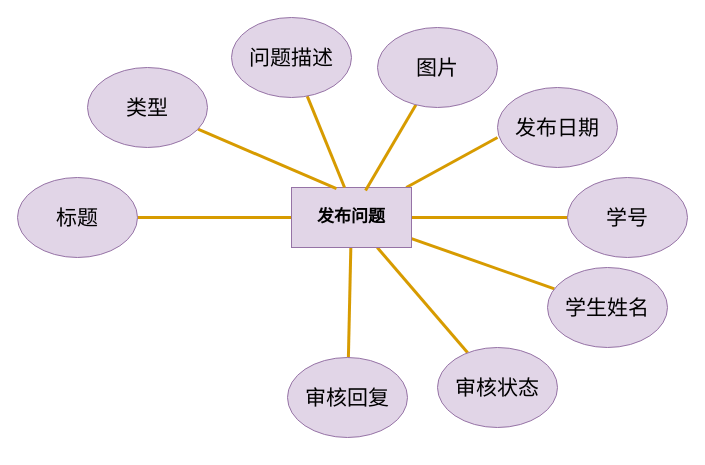
This is 发布问题实体属性.drawio from ov0-0vo/1, a draw.io file, before an edit. Source tidied: cells renumbered, new cells numbered last; positions are measured from the earlier drawing's top-left corner, leaving out a move shared by most shapes. Both pictures are drawn from the tidied source at 100%, with x=0, y=0 at pixel (17, 17).
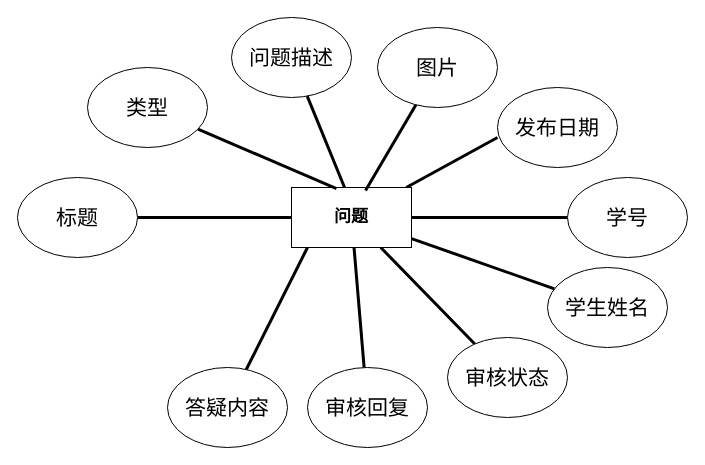
The same diagram, later.

Commit message:
更新发布问题实体属性.drawio

Change to the diagram source:
```diff
@@
-    <mxCell id="2" style="rounded=0;jettySize=auto;html=1;endArrow=none;endFill=0;fillColor=#ffe6cc;strokeColor=#d79b00;strokeWidth=3;" parent="1" edge="1" source="8" target="9">
+    <mxCell id="2" style="rounded=0;jettySize=auto;html=1;endArrow=none;endFill=0;strokeWidth=3;" parent="1" edge="1" source="8" target="9">
       <mxGeometry relative="1" as="geometry" />
     </mxCell>
-    <mxCell id="3" style="edgeStyle=none;shape=connector;rounded=0;jettySize=auto;html=1;entryX=0;entryY=0.625;entryDx=0;entryDy=0;entryPerimeter=0;labelBackgroundColor=default;strokeColor=#d79b00;strokeWidth=3;fontFamily=Helvetica;fontSize=11;fontColor=default;endArrow=none;endFill=0;fillColor=#ffe6cc;" parent="1" edge="1" source="8" target="17">
+    <mxCell id="3" style="edgeStyle=none;shape=connector;rounded=0;jettySize=auto;html=1;entryX=0;entryY=0.625;entryDx=0;entryDy=0;entryPerimeter=0;labelBackgroundColor=default;strokeWidth=3;fontFamily=Helvetica;fontSize=11;fontColor=default;endArrow=none;endFill=0;" parent="1" edge="1" source="8" target="17">
       <mxGeometry relative="1" as="geometry" />
     </mxCell>
-    <mxCell id="4" style="edgeStyle=none;shape=connector;rounded=0;jettySize=auto;html=1;labelBackgroundColor=default;strokeColor=#d79b00;strokeWidth=3;fontFamily=Helvetica;fontSize=11;fontColor=default;endArrow=none;endFill=0;fillColor=#ffe6cc;" parent="1" edge="1" source="8" target="16">
+    <mxCell id="4" style="edgeStyle=none;shape=connector;rounded=0;jettySize=auto;html=1;labelBackgroundColor=default;strokeWidth=3;fontFamily=Helvetica;fontSize=11;fontColor=default;endArrow=none;endFill=0;" parent="1" edge="1" source="8" target="16">
       <mxGeometry relative="1" as="geometry" />
     </mxCell>
-    <mxCell id="5" style="edgeStyle=none;shape=connector;rounded=0;jettySize=auto;html=1;labelBackgroundColor=default;strokeColor=#d79b00;strokeWidth=3;fontFamily=Helvetica;fontSize=11;fontColor=default;endArrow=none;endFill=0;fillColor=#ffe6cc;" parent="1" edge="1" source="8" target="18">
+    <mxCell id="5" style="edgeStyle=none;shape=connector;rounded=0;jettySize=auto;html=1;labelBackgroundColor=default;strokeWidth=3;fontFamily=Helvetica;fontSize=11;fontColor=default;endArrow=none;endFill=0;" parent="1" edge="1" source="8" target="18">
       <mxGeometry relative="1" as="geometry" />
     </mxCell>
-    <mxCell id="6" style="edgeStyle=none;shape=connector;rounded=0;jettySize=auto;html=1;labelBackgroundColor=default;strokeColor=#d79b00;strokeWidth=3;fontFamily=Helvetica;fontSize=11;fontColor=default;endArrow=none;endFill=0;fillColor=#ffe6cc;" parent="1" edge="1" source="8" target="19">
+    <mxCell id="6" style="edgeStyle=none;shape=connector;rounded=0;jettySize=auto;html=1;labelBackgroundColor=default;strokeWidth=3;fontFamily=Helvetica;fontSize=11;fontColor=default;endArrow=none;endFill=0;" parent="1" edge="1" source="8" target="19">
       <mxGeometry relative="1" as="geometry" />
     </mxCell>
-    <mxCell id="7" style="edgeStyle=none;shape=connector;rounded=0;jettySize=auto;html=1;labelBackgroundColor=default;strokeColor=#d79b00;strokeWidth=3;fontFamily=Helvetica;fontSize=11;fontColor=default;endArrow=none;endFill=0;fillColor=#ffe6cc;" parent="1" edge="1" source="8" target="20">
+    <mxCell id="7" style="edgeStyle=none;shape=connector;rounded=0;jettySize=auto;html=1;labelBackgroundColor=default;strokeWidth=3;fontFamily=Helvetica;fontSize=11;fontColor=default;endArrow=none;endFill=0;" parent="1" edge="1" source="8" target="20">
       <mxGeometry relative="1" as="geometry" />
     </mxCell>
+    <mxCell id="21" style="edgeStyle=none;shape=connector;rounded=0;jettySize=auto;html=1;exitX=0.133;exitY=1;exitDx=0;exitDy=0;labelBackgroundColor=default;strokeColor=default;strokeWidth=3;fontFamily=Helvetica;fontSize=11;fontColor=default;endArrow=none;endFill=0;exitPerimeter=0;" parent="1" edge="1" source="8" target="22">
+      <mxGeometry relative="1" as="geometry" />
+    </mxCell>
-    <mxCell id="8" value="发布问题" style="rounded=0;whiteSpace=wrap;html=1;fillColor=#e1d5e7;strokeColor=#9673a6;fontFamily=Times New Roman;fontStyle=1;fontSize=17;" parent="1" vertex="1">
+    <mxCell id="8" value="问题" style="rounded=0;whiteSpace=wrap;html=1;fontFamily=Times New Roman;fontStyle=1;fontSize=17;" parent="1" vertex="1">
       <mxGeometry x="274" y="170" width="120" height="60" as="geometry" />
     </mxCell>
-    <mxCell id="9" value="标题" style="ellipse;whiteSpace=wrap;html=1;fillColor=#e1d5e7;strokeColor=#9673a6;fontSize=21;" parent="1" vertex="1">
+    <mxCell id="9" value="标题" style="ellipse;whiteSpace=wrap;html=1;fontSize=21;" parent="1" vertex="1">
       <mxGeometry y="160" width="120" height="80" as="geometry" />
     </mxCell>
-    <mxCell id="10" style="rounded=0;jettySize=auto;html=1;endArrow=none;endFill=0;fillColor=#ffe6cc;strokeColor=#d79b00;strokeWidth=3;exitX=0.375;exitY=0.017;exitDx=0;exitDy=0;exitPerimeter=0;" parent="1" edge="1" source="8" target="11">
+    <mxCell id="10" style="rounded=0;jettySize=auto;html=1;endArrow=none;endFill=0;strokeWidth=3;exitX=0.375;exitY=0.017;exitDx=0;exitDy=0;exitPerimeter=0;" parent="1" edge="1" source="8" target="11">
       <mxGeometry relative="1" as="geometry" />
     </mxCell>
-    <mxCell id="11" value="类型" style="ellipse;whiteSpace=wrap;html=1;fillColor=#e1d5e7;strokeColor=#9673a6;fontSize=21;" parent="1" vertex="1">
+    <mxCell id="11" value="类型" style="ellipse;whiteSpace=wrap;html=1;fontSize=21;" parent="1" vertex="1">
       <mxGeometry x="70" y="50" width="120" height="80" as="geometry" />
     </mxCell>
-    <mxCell id="12" style="rounded=0;jettySize=auto;html=1;endArrow=none;endFill=0;fillColor=#ffe6cc;strokeColor=#d79b00;strokeWidth=3;exitX=0.617;exitY=0.05;exitDx=0;exitDy=0;exitPerimeter=0;" parent="1" edge="1" source="8" target="13">
+    <mxCell id="12" style="rounded=0;jettySize=auto;html=1;endArrow=none;endFill=0;strokeWidth=3;exitX=0.617;exitY=0.05;exitDx=0;exitDy=0;exitPerimeter=0;" parent="1" edge="1" source="8" target="13">
       <mxGeometry relative="1" as="geometry" />
     </mxCell>
-    <mxCell id="13" value="图片" style="ellipse;whiteSpace=wrap;html=1;fillColor=#e1d5e7;strokeColor=#9673a6;fontSize=21;" parent="1" vertex="1">
+    <mxCell id="13" value="图片" style="ellipse;whiteSpace=wrap;html=1;fontSize=21;" parent="1" vertex="1">
       <mxGeometry x="360" y="10" width="120" height="80" as="geometry" />
     </mxCell>
-    <mxCell id="14" style="edgeStyle=none;shape=connector;rounded=0;jettySize=auto;html=1;entryX=0.442;entryY=0;entryDx=0;entryDy=0;entryPerimeter=0;labelBackgroundColor=default;strokeColor=#d79b00;strokeWidth=3;fontFamily=Helvetica;fontSize=11;fontColor=default;endArrow=none;endFill=0;fillColor=#ffe6cc;" parent="1" edge="1" source="15" target="8">
+    <mxCell id="14" style="edgeStyle=none;shape=connector;rounded=0;jettySize=auto;html=1;entryX=0.442;entryY=0;entryDx=0;entryDy=0;entryPerimeter=0;labelBackgroundColor=default;strokeWidth=3;fontFamily=Helvetica;fontSize=11;fontColor=default;endArrow=none;endFill=0;" parent="1" edge="1" source="15" target="8">
       <mxGeometry relative="1" as="geometry" />
     </mxCell>
-    <mxCell id="15" value="问题描述" style="ellipse;whiteSpace=wrap;html=1;fillColor=#e1d5e7;strokeColor=#9673a6;fontSize=21;" parent="1" vertex="1">
+    <mxCell id="15" value="问题描述" style="ellipse;whiteSpace=wrap;html=1;fontSize=21;" parent="1" vertex="1">
       <mxGeometry x="214" width="120" height="80" as="geometry" />
     </mxCell>
-    <mxCell id="16" value="学号" style="ellipse;whiteSpace=wrap;html=1;fillColor=#e1d5e7;strokeColor=#9673a6;fontSize=21;" parent="1" vertex="1">
+    <mxCell id="16" value="学号" style="ellipse;whiteSpace=wrap;html=1;fontSize=21;" parent="1" vertex="1">
       <mxGeometry x="550" y="160" width="120" height="80" as="geometry" />
     </mxCell>
-    <mxCell id="17" value="发布日期" style="ellipse;whiteSpace=wrap;html=1;fillColor=#e1d5e7;strokeColor=#9673a6;fontSize=21;" parent="1" vertex="1">
+    <mxCell id="17" value="发布日期" style="ellipse;whiteSpace=wrap;html=1;fontSize=21;" parent="1" vertex="1">
       <mxGeometry x="480" y="70" width="120" height="80" as="geometry" />
     </mxCell>
-    <mxCell id="18" value="学生姓名" style="ellipse;whiteSpace=wrap;html=1;fillColor=#e1d5e7;strokeColor=#9673a6;fontSize=21;" parent="1" vertex="1">
+    <mxCell id="18" value="学生姓名" style="ellipse;whiteSpace=wrap;html=1;fontSize=21;" parent="1" vertex="1">
       <mxGeometry x="530" y="250" width="120" height="80" as="geometry" />
     </mxCell>
-    <mxCell id="19" value="审核状态" style="ellipse;whiteSpace=wrap;html=1;fillColor=#e1d5e7;strokeColor=#9673a6;fontSize=21;" parent="1" vertex="1">
-      <mxGeometry x="420" y="330" width="120" height="80" as="geometry" />
+    <mxCell id="19" value="审核状态" style="ellipse;whiteSpace=wrap;html=1;fontSize=21;" parent="1" vertex="1">
+      <mxGeometry x="430" y="320" width="120" height="80" as="geometry" />
     </mxCell>
-    <mxCell id="20" value="审核回复" style="ellipse;whiteSpace=wrap;html=1;fillColor=#e1d5e7;strokeColor=#9673a6;fontSize=21;" parent="1" vertex="1">
-      <mxGeometry x="270" y="340" width="120" height="80" as="geometry" />
+    <mxCell id="20" value="审核回复" style="ellipse;whiteSpace=wrap;html=1;fontSize=21;" parent="1" vertex="1">
+      <mxGeometry x="290" y="350" width="120" height="80" as="geometry" />
     </mxCell>
+    <mxCell id="22" value="答疑内容" style="ellipse;whiteSpace=wrap;html=1;fontSize=21;" parent="1" vertex="1">
+      <mxGeometry x="150" y="350" width="120" height="80" as="geometry" />
+    </mxCell>
```
